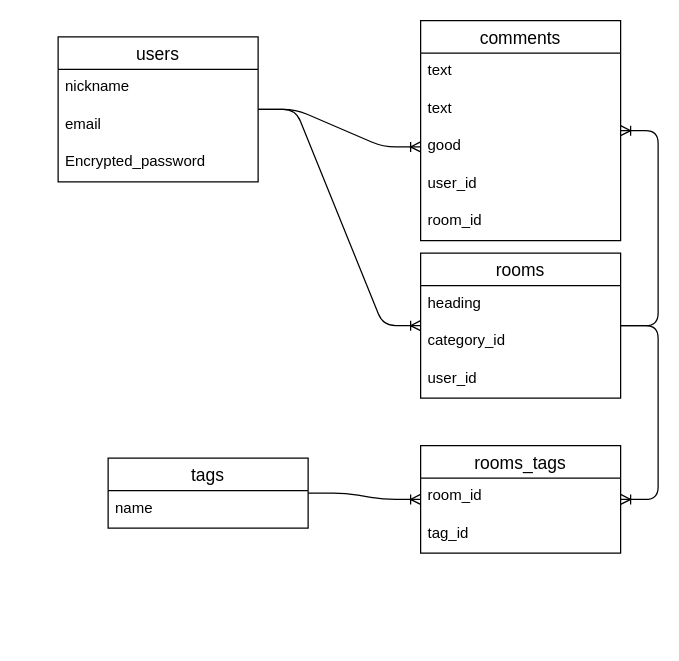
Above: geek-chat.dio in Okisen/geek-chat (draw.io), before the change. Source tidied: cells renumbered, new cells numbered last; positions are measured from the earlier drawing's top-left corner, leaving out a move shared by most shapes. Both pictures are drawn from the tidied source at 125%, with x=0, y=0 at pixel (58, 20).
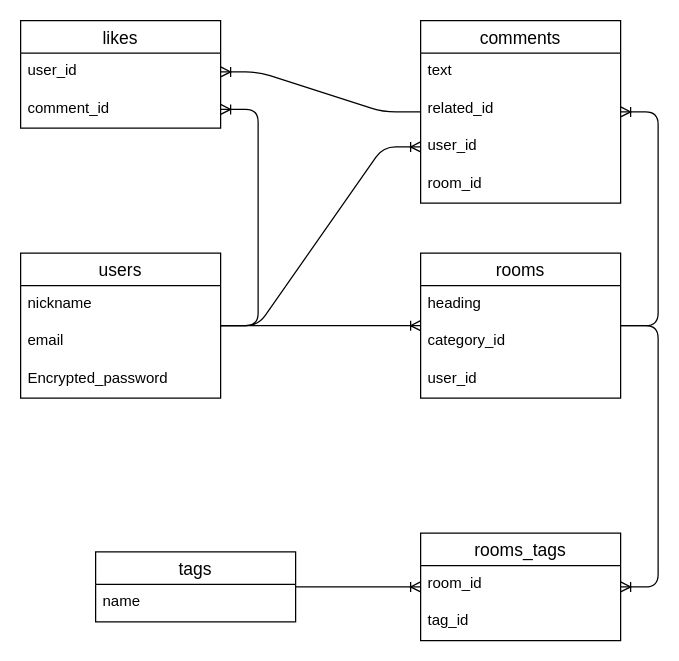
After the change.

Change to the diagram source:
```diff
@@
-    <mxCell id="2" style="edgeStyle=entityRelationEdgeStyle;fontSize=12;html=1;endArrow=ERoneToMany;entryX=0;entryY=0.5;entryDx=0;entryDy=0;" parent="1" edge="1" source="22" target="7">
-      <mxGeometry relative="1" as="geometry" />
+    <mxCell id="2" style="edgeStyle=entityRelationEdgeStyle;fontSize=12;html=1;endArrow=ERoneToMany;entryX=0;entryY=0.5;entryDx=0;entryDy=0;" parent="1" edge="1" source="22">
+      <mxGeometry relative="1" as="geometry">
+        <mxPoint x="290" y="101" as="targetPoint" />
+      </mxGeometry>
     </mxCell>
@@
     <mxCell id="4" value="comments" style="swimlane;fontStyle=0;horizontal=1;startSize=26;align=center;fontSize=14;" parent="1" vertex="1">
-      <mxGeometry x="290" width="160" height="176" as="geometry" />
+      <mxGeometry x="290" width="160" height="146" as="geometry" />
     </mxCell>
@@
-    <mxCell id="6" value="text" style="text;strokeColor=none;fillColor=none;spacingLeft=4;spacingRight=4;overflow=hidden;fontSize=12;" parent="4" vertex="1">
+    <mxCell id="6" value="related_id" style="text;strokeColor=none;fillColor=none;spacingLeft=4;spacingRight=4;overflow=hidden;fontSize=12;" parent="4" vertex="1">
       <mxGeometry y="56" width="160" height="30" as="geometry" />
     </mxCell>
-    <mxCell id="7" value="good" style="text;strokeColor=none;fillColor=none;spacingLeft=4;spacingRight=4;overflow=hidden;points=[[0,0.5],[1,0.5]];portConstraint=eastwest;fontSize=12;" parent="4" vertex="1">
-      <mxGeometry y="86" width="160" height="30" as="geometry" />
-    </mxCell>
     <mxCell id="8" value="user_id" style="text;strokeColor=none;fillColor=none;spacingLeft=4;spacingRight=4;overflow=hidden;fontSize=12;" parent="4" vertex="1">
-      <mxGeometry y="116" width="160" height="30" as="geometry" />
+      <mxGeometry y="86" width="160" height="30" as="geometry" />
     </mxCell>
     <mxCell id="9" value="room_id" style="text;strokeColor=none;fillColor=none;spacingLeft=4;spacingRight=4;overflow=hidden;fontSize=12;" parent="4" vertex="1">
-      <mxGeometry y="146" width="160" height="30" as="geometry" />
+      <mxGeometry y="116" width="160" height="30" as="geometry" />
     </mxCell>
-    <mxCell id="10" value="rooms_tags" style="swimlane;fontStyle=0;horizontal=1;startSize=26;align=center;fontSize=14;" parent="1" vertex="1">
-      <mxGeometry x="290" y="340" width="160" height="86" as="geometry" />
-    </mxCell>
-    <mxCell id="11" value="room_id" style="text;strokeColor=none;fillColor=none;spacingLeft=4;spacingRight=4;overflow=hidden;fontSize=12;" parent="10" vertex="1">
-      <mxGeometry y="26" width="160" height="30" as="geometry" />
-    </mxCell>
-    <mxCell id="12" value="tag_id" style="text;strokeColor=none;fillColor=none;spacingLeft=4;spacingRight=4;overflow=hidden;fontSize=12;" parent="10" vertex="1">
-      <mxGeometry y="56" width="160" height="30" as="geometry" />
-    </mxCell>
-    <mxCell id="13" value="tags" style="swimlane;fontStyle=0;horizontal=1;startSize=26;align=center;fontSize=14;" parent="1" vertex="1">
-      <mxGeometry x="40" y="350" width="160" height="56" as="geometry" />
-    </mxCell>
-    <mxCell id="14" value="name" style="text;strokeColor=none;fillColor=none;spacingLeft=4;spacingRight=4;overflow=hidden;fontSize=12;" parent="13" vertex="1">
-      <mxGeometry y="26" width="160" height="30" as="geometry" />
-    </mxCell>
@@
+    <mxCell id="10" value="rooms_tags" style="swimlane;fontStyle=0;horizontal=1;startSize=26;align=center;fontSize=14;" parent="1" vertex="1">
+      <mxGeometry x="290" y="410" width="160" height="86" as="geometry" />
+    </mxCell>
+    <mxCell id="11" value="room_id" style="text;strokeColor=none;fillColor=none;spacingLeft=4;spacingRight=4;overflow=hidden;fontSize=12;" parent="10" vertex="1">
+      <mxGeometry y="26" width="160" height="30" as="geometry" />
+    </mxCell>
+    <mxCell id="12" value="tag_id" style="text;strokeColor=none;fillColor=none;spacingLeft=4;spacingRight=4;overflow=hidden;fontSize=12;" parent="10" vertex="1">
+      <mxGeometry y="56" width="160" height="30" as="geometry" />
+    </mxCell>
+    <mxCell id="13" value="tags" style="swimlane;fontStyle=0;horizontal=1;startSize=26;align=center;fontSize=14;" parent="1" vertex="1">
+      <mxGeometry x="30" y="425" width="160" height="56" as="geometry" />
+    </mxCell>
+    <mxCell id="14" value="name" style="text;strokeColor=none;fillColor=none;spacingLeft=4;spacingRight=4;overflow=hidden;fontSize=12;" parent="13" vertex="1">
+      <mxGeometry y="26" width="160" height="30" as="geometry" />
+    </mxCell>
     <mxCell id="22" value="users" style="swimlane;fontStyle=0;horizontal=1;startSize=26;align=center;fontSize=14;" parent="1" vertex="1">
-      <mxGeometry y="13" width="160" height="116" as="geometry" />
+      <mxGeometry x="-30" y="186" width="160" height="116" as="geometry" />
     </mxCell>
@@
+    <mxCell id="26" value="likes" style="swimlane;fontStyle=0;horizontal=1;startSize=26;align=center;fontSize=14;" parent="1" vertex="1">
+      <mxGeometry x="-30" width="160" height="86" as="geometry" />
+    </mxCell>
+    <mxCell id="27" value="user_id" style="text;strokeColor=none;fillColor=none;spacingLeft=4;spacingRight=4;overflow=hidden;points=[[0,0.5],[1,0.5]];portConstraint=eastwest;fontSize=12;" parent="26" vertex="1">
+      <mxGeometry y="26" width="160" height="30" as="geometry" />
+    </mxCell>
+    <mxCell id="28" value="comment_id" style="text;strokeColor=none;fillColor=none;spacingLeft=4;spacingRight=4;overflow=hidden;points=[[0,0.5],[1,0.5]];portConstraint=eastwest;fontSize=12;" parent="26" vertex="1">
+      <mxGeometry y="56" width="160" height="30" as="geometry" />
+    </mxCell>
+    <mxCell id="29" style="edgeStyle=entityRelationEdgeStyle;fontSize=12;html=1;endArrow=ERoneToMany;" parent="1" edge="1" source="4" target="27">
+      <mxGeometry relative="1" as="geometry" />
+    </mxCell>
+    <mxCell id="30" style="edgeStyle=entityRelationEdgeStyle;fontSize=12;html=1;endArrow=ERoneToMany;" parent="1" edge="1" source="22" target="28">
+      <mxGeometry relative="1" as="geometry" />
+    </mxCell>
```
